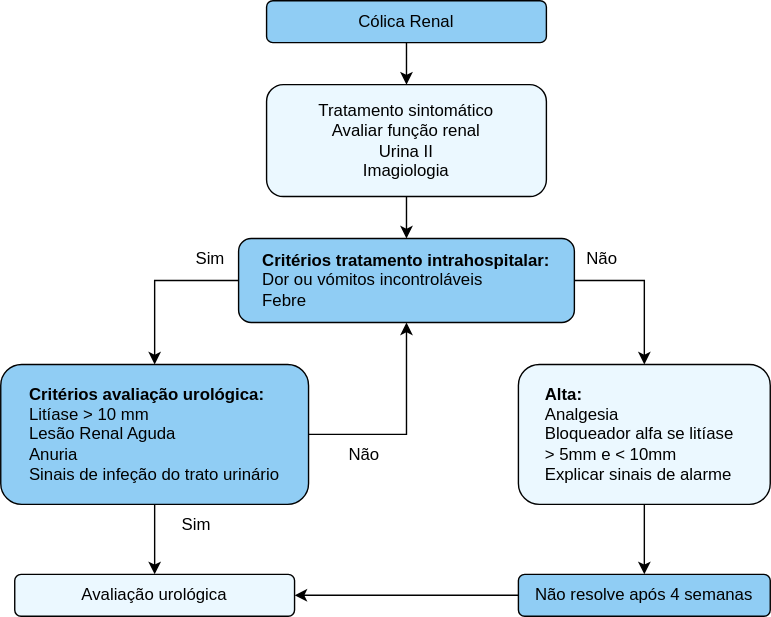
Earlier version of the draw.io export public/markdown/colica_renal_abordagem.svg (afonsocachim/heal-in-one). Source tidied: cells renumbered, new cells last; positions are measured from the earlier drawing's top-left corner, leaving out a move shared by most shapes.
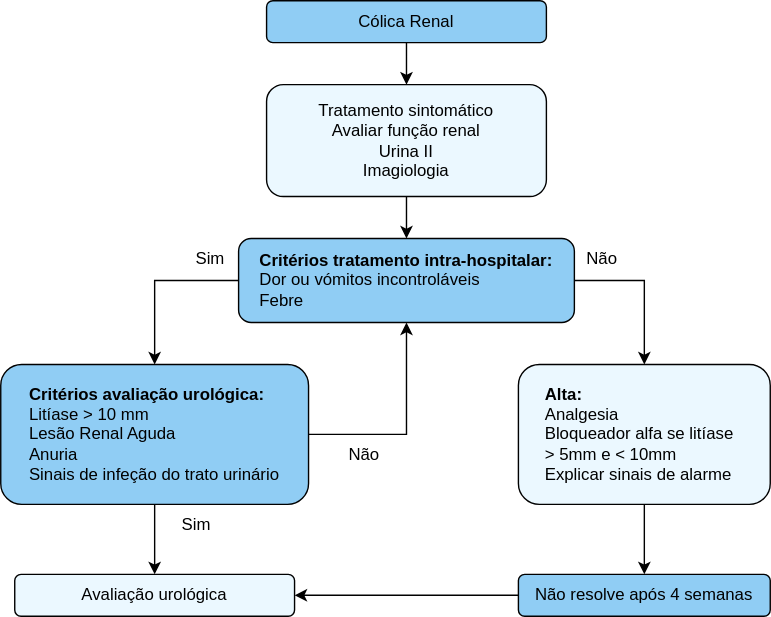
After the commit.

What changed in the source:
```diff
@@ -20,7 +20,7 @@
     <mxCell id="7" style="edgeStyle=orthogonalEdgeStyle;rounded=0;jettySize=auto;html=1;exitX=1;exitY=0.5;exitDx=0;exitDy=0;entryX=0.5;entryY=0;entryDx=0;entryDy=0;" parent="1" edge="1" source="8" target="18">
       <mxGeometry relative="1" as="geometry" />
     </mxCell>
-    <mxCell id="8" value="&lt;div align=&quot;left&quot;&gt;&lt;b&gt;Critérios tratamento intrahospitalar:&lt;/b&gt;&lt;/div&gt;&lt;div align=&quot;left&quot;&gt;Dor ou vómitos incontroláveis&lt;/div&gt;&lt;div align=&quot;left&quot;&gt;Febre&lt;br&gt;&lt;/div&gt;" style="rounded=1;whiteSpace=wrap;html=1;fillColor=#90cdf4;align=center;" parent="1" vertex="1">
+    <mxCell id="8" value="&lt;div align=&quot;left&quot;&gt;&lt;b&gt;Critérios tratamento intra-hospitalar:&lt;/b&gt;&lt;/div&gt;&lt;div align=&quot;left&quot;&gt;Dor ou vómitos incontroláveis&lt;/div&gt;&lt;div align=&quot;left&quot;&gt;Febre&lt;br&gt;&lt;/div&gt;" style="rounded=1;whiteSpace=wrap;html=1;fillColor=#90cdf4;align=center;" parent="1" vertex="1">
       <mxGeometry x="170" y="170" width="240" height="60" as="geometry" />
     </mxCell>
     <mxCell id="9" style="edgeStyle=orthogonalEdgeStyle;rounded=0;jettySize=auto;html=1;entryX=0.5;entryY=1;entryDx=0;entryDy=0;exitX=1;exitY=0.5;exitDx=0;exitDy=0;" parent="1" edge="1" source="11" target="8">
```
